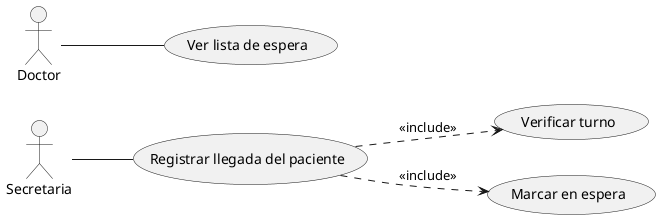
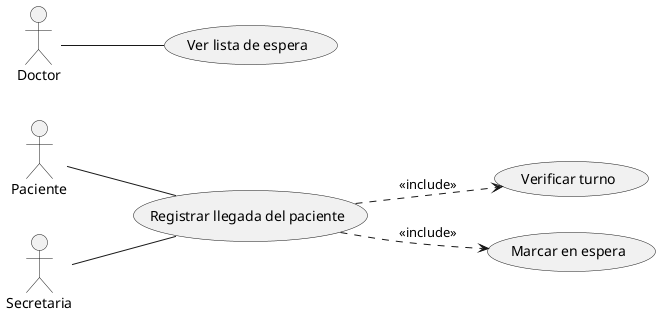
@startuml
left to right direction

+ actor Paciente
actor Secretaria
actor Doctor

usecase "Registrar llegada del paciente" as UC1
usecase "Verificar turno" as UC2
usecase "Marcar en espera" as UC3
usecase "Ver lista de espera" as UC4

+ Paciente -- UC1
Secretaria -- UC1
Doctor -- UC4

UC1 ..> UC2 : <<include>>
UC1 ..> UC3 : <<include>>

@enduml